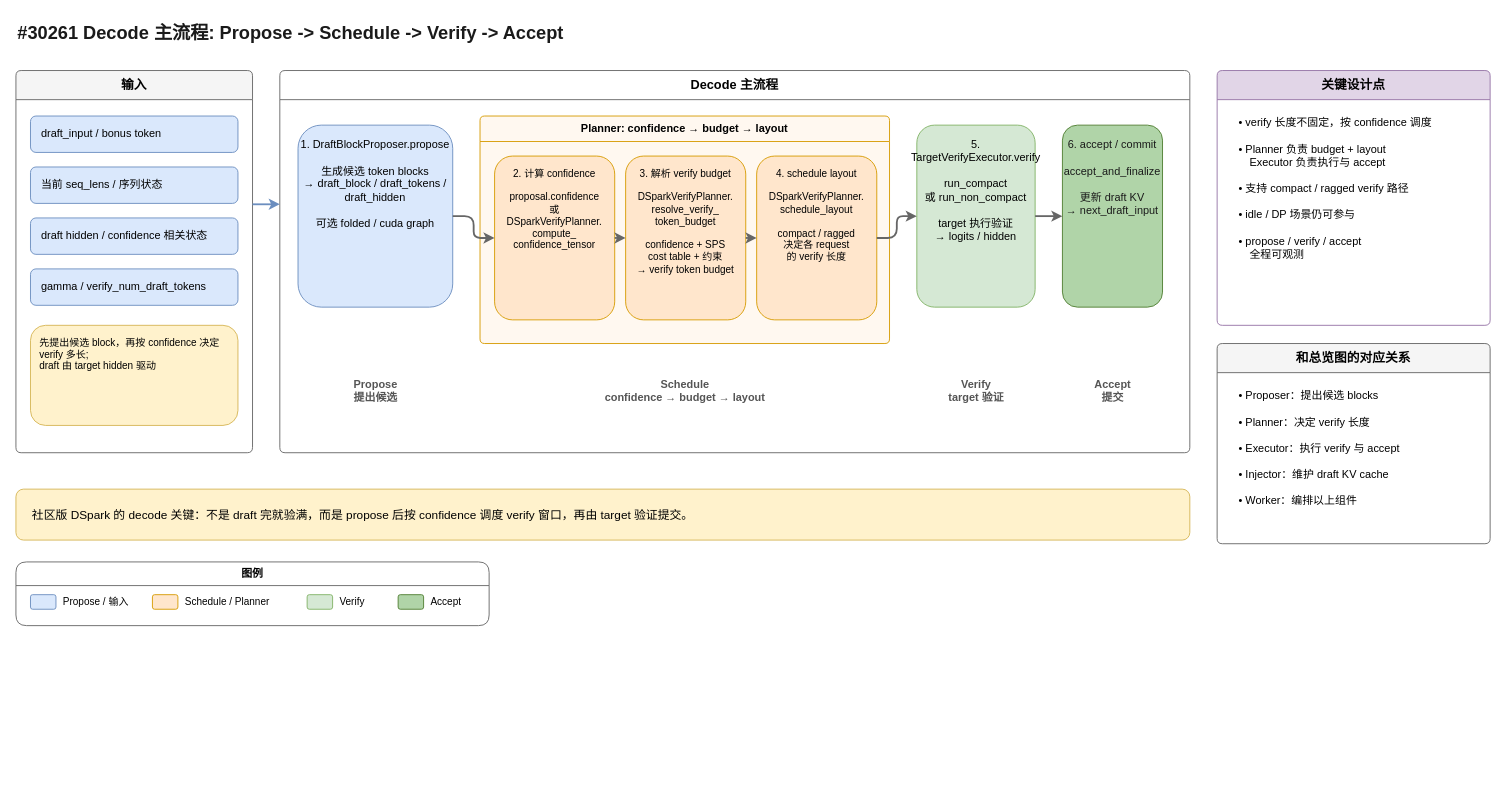
Earlier version of the draw.io diagram artifacts/dspark-decode-main-flow.drawio (learning-sketch/drawio-skill). Source tidied: cells renumbered, new cells numbered last; positions are measured from the earlier drawing's top-left corner, leaving out a move shared by most shapes. Both pictures are drawn from the tidied source at 91%, with x=0, y=0 at pixel (15, 15).
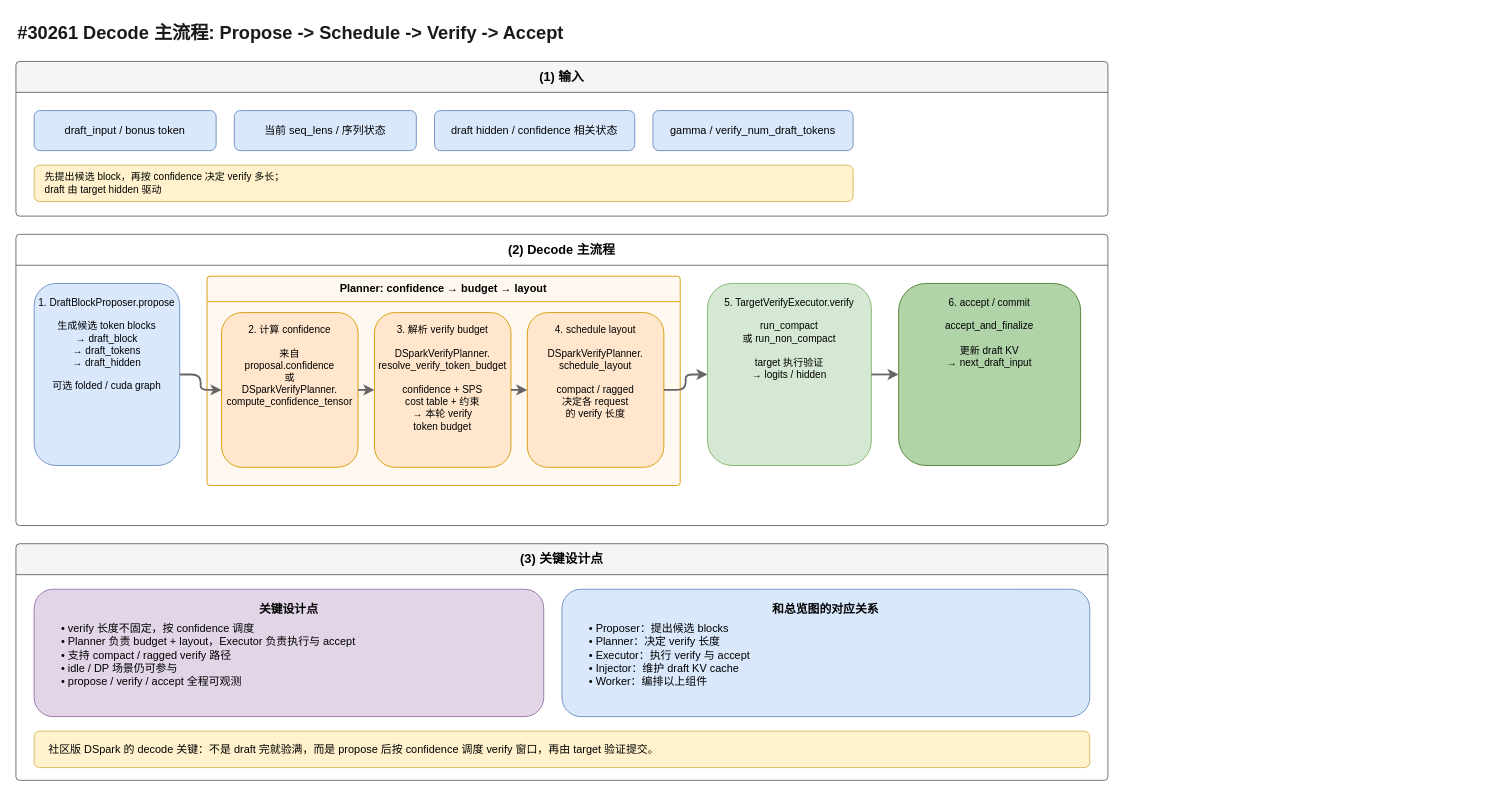
The same diagram, later.

Commit message (it also covers changes not shown here):
fix: match original top-middle-bottom layout for #30261 decode flow

What changed in the source:
```diff
@@
     <mxCell id="2" value="#30261 Decode 主流程: Propose -&gt; Schedule -&gt; Verify -&gt; Accept" style="text;html=1;align=left;verticalAlign=middle;fontSize=20;fontStyle=1;fontColor=#1a1a1a;" parent="1" vertex="1">
-      <mxGeometry width="980" height="36" as="geometry" />
+      <mxGeometry width="1000" height="36" as="geometry" />
     </mxCell>
-    <mxCell id="3" value="输入" style="swimlane;startSize=32;fillColor=#f5f5f5;strokeColor=#666666;fontStyle=1;fontSize=14;rounded=1;arcSize=6;whiteSpace=wrap;html=1;" parent="1" vertex="1">
-      <mxGeometry y="60" width="260" height="420" as="geometry" />
-    </mxCell>
+    <mxCell id="41" value="(1) 输入" style="swimlane;startSize=34;fillColor=#f5f5f5;strokeColor=#666666;fontStyle=1;fontSize=14;rounded=1;arcSize=4;whiteSpace=wrap;html=1;" parent="1" vertex="1">
+      <mxGeometry y="50" width="1200" height="170" as="geometry" />
+    </mxCell>
-    <mxCell id="4" value="draft_input / bonus token" style="rounded=1;whiteSpace=wrap;html=1;fillColor=#dae8fc;strokeColor=#6c8ebf;align=left;spacingLeft=10;fontSize=12;" parent="3" vertex="1">
-      <mxGeometry x="16" y="50" width="228" height="40" as="geometry" />
+    <mxCell id="4" value="draft_input / bonus token" style="rounded=1;whiteSpace=wrap;html=1;fillColor=#dae8fc;strokeColor=#6c8ebf;fontSize=12;" parent="41" vertex="1">
+      <mxGeometry x="20" y="54" width="200" height="44" as="geometry" />
     </mxCell>
-    <mxCell id="5" value="当前 seq_lens / 序列状态" style="rounded=1;whiteSpace=wrap;html=1;fillColor=#dae8fc;strokeColor=#6c8ebf;align=left;spacingLeft=10;fontSize=12;" parent="3" vertex="1">
-      <mxGeometry x="16" y="106" width="228" height="40" as="geometry" />
+    <mxCell id="5" value="当前 seq_lens / 序列状态" style="rounded=1;whiteSpace=wrap;html=1;fillColor=#dae8fc;strokeColor=#6c8ebf;fontSize=12;" parent="41" vertex="1">
+      <mxGeometry x="240" y="54" width="200" height="44" as="geometry" />
     </mxCell>
-    <mxCell id="6" value="draft hidden / confidence 相关状态" style="rounded=1;whiteSpace=wrap;html=1;fillColor=#dae8fc;strokeColor=#6c8ebf;align=left;spacingLeft=10;fontSize=12;" parent="3" vertex="1">
-      <mxGeometry x="16" y="162" width="228" height="40" as="geometry" />
+    <mxCell id="6" value="draft hidden / confidence 相关状态" style="rounded=1;whiteSpace=wrap;html=1;fillColor=#dae8fc;strokeColor=#6c8ebf;fontSize=12;" parent="41" vertex="1">
+      <mxGeometry x="460" y="54" width="220" height="44" as="geometry" />
     </mxCell>
-    <mxCell id="7" value="gamma / verify_num_draft_tokens" style="rounded=1;whiteSpace=wrap;html=1;fillColor=#dae8fc;strokeColor=#6c8ebf;align=left;spacingLeft=10;fontSize=12;" parent="3" vertex="1">
-      <mxGeometry x="16" y="218" width="228" height="40" as="geometry" />
+    <mxCell id="7" value="gamma / verify_num_draft_tokens" style="rounded=1;whiteSpace=wrap;html=1;fillColor=#dae8fc;strokeColor=#6c8ebf;fontSize=12;" parent="41" vertex="1">
+      <mxGeometry x="700" y="54" width="220" height="44" as="geometry" />
     </mxCell>
-    <mxCell id="8" value="先提出候选 block，再按 confidence 决定 verify 多长;&#10;draft 由 target hidden 驱动" style="rounded=1;whiteSpace=wrap;html=1;fillColor=#fff2cc;strokeColor=#d6b656;align=left;spacingLeft=8;spacingRight=8;fontSize=11;verticalAlign=top;spacingTop=6;" parent="3" vertex="1">
-      <mxGeometry x="16" y="280" width="228" height="110" as="geometry" />
+    <mxCell id="8" value="先提出候选 block，再按 confidence 决定 verify 多长；&#10;draft 由 target hidden 驱动" style="rounded=1;whiteSpace=wrap;html=1;fillColor=#fff2cc;strokeColor=#d6b656;align=left;spacingLeft=10;spacingRight=8;fontSize=11;verticalAlign=middle;" parent="41" vertex="1">
+      <mxGeometry x="20" y="114" width="900" height="40" as="geometry" />
     </mxCell>
-    <mxCell id="9" value="Decode 主流程" style="swimlane;startSize=32;fillColor=#ffffff;strokeColor=#666666;fontStyle=1;fontSize=14;rounded=1;arcSize=6;whiteSpace=wrap;html=1;" parent="1" vertex="1">
-      <mxGeometry x="290" y="60" width="1000" height="420" as="geometry" />
-    </mxCell>
+    <mxCell id="42" value="(2) Decode 主流程" style="swimlane;startSize=34;fillColor=#ffffff;strokeColor=#666666;fontStyle=1;fontSize=14;rounded=1;arcSize=4;whiteSpace=wrap;html=1;" parent="1" vertex="1">
+      <mxGeometry y="240" width="1200" height="320" as="geometry" />
+    </mxCell>
-    <mxCell id="10" value="1. DraftBlockProposer.propose&#10;&#10;生成候选 token blocks&#10;→ draft_block / draft_tokens / draft_hidden&#10;&#10;可选 folded / cuda graph" style="rounded=1;whiteSpace=wrap;html=1;fillColor=#dae8fc;strokeColor=#6c8ebf;align=center;verticalAlign=top;spacingTop=8;fontSize=12;fontStyle=0;" parent="9" vertex="1">
-      <mxGeometry x="20" y="60" width="170" height="200" as="geometry" />
+    <mxCell id="10" value="1. DraftBlockProposer.propose&#10;&#10;生成候选 token blocks&#10;→ draft_block&#10;→ draft_tokens&#10;→ draft_hidden&#10;&#10;可选 folded / cuda graph" style="rounded=1;whiteSpace=wrap;html=1;fillColor=#dae8fc;strokeColor=#6c8ebf;align=center;verticalAlign=top;spacingTop=8;fontSize=11;" parent="42" vertex="1">
+      <mxGeometry x="20" y="54" width="160" height="200" as="geometry" />
     </mxCell>
-    <mxCell id="11" value="Planner: confidence → budget → layout" style="swimlane;startSize=28;fillColor=#fff8f0;strokeColor=#d79b00;fontStyle=1;fontSize=12;rounded=1;arcSize=6;whiteSpace=wrap;html=1;swimlaneFillColor=#fff8f0;" parent="9" vertex="1">
-      <mxGeometry x="220" y="50" width="450" height="250" as="geometry" />
+    <mxCell id="11" value="Planner: confidence → budget → layout" style="swimlane;startSize=28;fillColor=#fff8f0;strokeColor=#d79b00;fontStyle=1;fontSize=12;rounded=1;arcSize=4;whiteSpace=wrap;html=1;swimlaneFillColor=#fff8f0;" parent="42" vertex="1">
+      <mxGeometry x="210" y="46" width="520" height="230" as="geometry" />
     </mxCell>
-    <mxCell id="12" value="2. 计算 confidence&#10;&#10;proposal.confidence&#10;或&#10;DSparkVerifyPlanner.&#10;compute_&#10;confidence_tensor" style="rounded=1;whiteSpace=wrap;html=1;fillColor=#ffe6cc;strokeColor=#d79b00;align=center;verticalAlign=top;spacingTop=6;fontSize=11;" parent="11" vertex="1">
-      <mxGeometry x="16" y="44" width="132" height="180" as="geometry" />
+    <mxCell id="12" value="2. 计算 confidence&#10;&#10;来自&#10;proposal.confidence&#10;或&#10;DSparkVerifyPlanner.&#10;compute_confidence_tensor" style="rounded=1;whiteSpace=wrap;html=1;fillColor=#ffe6cc;strokeColor=#d79b00;align=center;verticalAlign=top;spacingTop=6;fontSize=11;" parent="11" vertex="1">
+      <mxGeometry x="16" y="40" width="150" height="170" as="geometry" />
     </mxCell>
-    <mxCell id="13" value="3. 解析 verify budget&#10;&#10;DSparkVerifyPlanner.&#10;resolve_verify_&#10;token_budget&#10;&#10;confidence + SPS&#10;cost table + 约束&#10;→ verify token budget" style="rounded=1;whiteSpace=wrap;html=1;fillColor=#ffe6cc;strokeColor=#d79b00;align=center;verticalAlign=top;spacingTop=6;fontSize=11;" parent="11" vertex="1">
-      <mxGeometry x="160" y="44" width="132" height="180" as="geometry" />
+    <mxCell id="13" value="3. 解析 verify budget&#10;&#10;DSparkVerifyPlanner.&#10;resolve_verify_token_budget&#10;&#10;confidence + SPS&#10;cost table + 约束&#10;→ 本轮 verify&#10;token budget" style="rounded=1;whiteSpace=wrap;html=1;fillColor=#ffe6cc;strokeColor=#d79b00;align=center;verticalAlign=top;spacingTop=6;fontSize=11;" parent="11" vertex="1">
+      <mxGeometry x="184" y="40" width="150" height="170" as="geometry" />
     </mxCell>
     <mxCell id="14" value="4. schedule layout&#10;&#10;DSparkVerifyPlanner.&#10;schedule_layout&#10;&#10;compact / ragged&#10;决定各 request&#10;的 verify 长度" style="rounded=1;whiteSpace=wrap;html=1;fillColor=#ffe6cc;strokeColor=#d79b00;align=center;verticalAlign=top;spacingTop=6;fontSize=11;" parent="11" vertex="1">
-      <mxGeometry x="304" y="44" width="132" height="180" as="geometry" />
+      <mxGeometry x="352" y="40" width="150" height="170" as="geometry" />
     </mxCell>
-    <mxCell id="15" value="5. TargetVerifyExecutor.verify&#10;&#10;run_compact&#10;或 run_non_compact&#10;&#10;target 执行验证&#10;→ logits / hidden" style="rounded=1;whiteSpace=wrap;html=1;fillColor=#d5e8d4;strokeColor=#82b366;align=center;verticalAlign=top;spacingTop=8;fontSize=12;" parent="9" vertex="1">
-      <mxGeometry x="700" y="60" width="130" height="200" as="geometry" />
+    <mxCell id="15" value="5. TargetVerifyExecutor.verify&#10;&#10;run_compact&#10;或 run_non_compact&#10;&#10;target 执行验证&#10;→ logits / hidden" style="rounded=1;whiteSpace=wrap;html=1;fillColor=#d5e8d4;strokeColor=#82b366;align=center;verticalAlign=top;spacingTop=8;fontSize=11;" parent="42" vertex="1">
+      <mxGeometry x="760" y="54" width="180" height="200" as="geometry" />
     </mxCell>
-    <mxCell id="16" value="6. accept / commit&#10;&#10;accept_and_finalize&#10;&#10;更新 draft KV&#10;→ next_draft_input" style="rounded=1;whiteSpace=wrap;html=1;fillColor=#b0d4a8;strokeColor=#507e32;align=center;verticalAlign=top;spacingTop=8;fontSize=12;fontColor=#1a1a1a;" parent="9" vertex="1">
-      <mxGeometry x="860" y="60" width="110" height="200" as="geometry" />
+    <mxCell id="16" value="6. accept / commit&#10;&#10;accept_and_finalize&#10;&#10;更新 draft KV&#10;→ next_draft_input" style="rounded=1;whiteSpace=wrap;html=1;fillColor=#b0d4a8;strokeColor=#507e32;align=center;verticalAlign=top;spacingTop=8;fontSize=11;" parent="42" vertex="1">
+      <mxGeometry x="970" y="54" width="200" height="200" as="geometry" />
     </mxCell>
-    <mxCell id="17" style="edgeStyle=orthogonalEdgeStyle;rounded=1;jettySize=auto;html=1;strokeColor=#666666;strokeWidth=2;exitX=1;exitY=0.5;exitDx=0;exitDy=0;entryX=0;entryY=0.5;entryDx=0;entryDy=0;" parent="9" edge="1" source="10" target="12">
+    <mxCell id="17" style="edgeStyle=orthogonalEdgeStyle;rounded=1;jettySize=auto;html=1;strokeColor=#666666;strokeWidth=2;exitX=1;exitY=0.5;exitDx=0;exitDy=0;entryX=0;entryY=0.5;entryDx=0;entryDy=0;" parent="42" edge="1" source="10" target="12">
       <mxGeometry relative="1" as="geometry" />
     </mxCell>
@@
-    <mxCell id="20" style="edgeStyle=orthogonalEdgeStyle;rounded=1;jettySize=auto;html=1;strokeColor=#666666;strokeWidth=2;exitX=1;exitY=0.5;exitDx=0;exitDy=0;entryX=0;entryY=0.5;entryDx=0;entryDy=0;" parent="9" edge="1" source="14" target="15">
+    <mxCell id="20" style="edgeStyle=orthogonalEdgeStyle;rounded=1;jettySize=auto;html=1;strokeColor=#666666;strokeWidth=2;exitX=1;exitY=0.5;exitDx=0;exitDy=0;entryX=0;entryY=0.5;entryDx=0;entryDy=0;" parent="42" edge="1" source="14" target="15">
       <mxGeometry relative="1" as="geometry" />
     </mxCell>
-    <mxCell id="21" style="edgeStyle=orthogonalEdgeStyle;rounded=1;jettySize=auto;html=1;strokeColor=#666666;strokeWidth=2;exitX=1;exitY=0.5;exitDx=0;exitDy=0;entryX=0;entryY=0.5;entryDx=0;entryDy=0;" parent="9" edge="1" source="15" target="16">
+    <mxCell id="21" style="edgeStyle=orthogonalEdgeStyle;rounded=1;jettySize=auto;html=1;strokeColor=#666666;strokeWidth=2;exitX=1;exitY=0.5;exitDx=0;exitDy=0;entryX=0;entryY=0.5;entryDx=0;entryDy=0;" parent="42" edge="1" source="15" target="16">
       <mxGeometry relative="1" as="geometry" />
     </mxCell>
-    <mxCell id="22" value="Propose&#10;提出候选" style="text;html=1;align=center;verticalAlign=middle;fontSize=12;fontStyle=1;fontColor=#555555;" parent="9" vertex="1">
-      <mxGeometry x="20" y="330" width="170" height="44" as="geometry" />
-    </mxCell>
-    <mxCell id="23" value="Schedule&#10;confidence → budget → layout" style="text;html=1;align=center;verticalAlign=middle;fontSize=12;fontStyle=1;fontColor=#555555;" parent="9" vertex="1">
-      <mxGeometry x="220" y="330" width="450" height="44" as="geometry" />
-    </mxCell>
-    <mxCell id="24" value="Verify&#10;target 验证" style="text;html=1;align=center;verticalAlign=middle;fontSize=12;fontStyle=1;fontColor=#555555;" parent="9" vertex="1">
-      <mxGeometry x="700" y="330" width="130" height="44" as="geometry" />
-    </mxCell>
-    <mxCell id="25" value="Accept&#10;提交" style="text;html=1;align=center;verticalAlign=middle;fontSize=12;fontStyle=1;fontColor=#555555;" parent="9" vertex="1">
-      <mxGeometry x="860" y="330" width="110" height="44" as="geometry" />
-    </mxCell>
-    <mxCell id="26" style="edgeStyle=orthogonalEdgeStyle;rounded=1;jettySize=auto;html=1;strokeColor=#6c8ebf;strokeWidth=2;exitX=1;exitY=0.35;exitDx=0;exitDy=0;entryX=0;entryY=0.35;entryDx=0;entryDy=0;" parent="1" edge="1" source="3" target="9">
-      <mxGeometry relative="1" as="geometry" />
-    </mxCell>
+    <mxCell id="43" value="(3) 关键设计点" style="swimlane;startSize=34;fillColor=#f5f5f5;strokeColor=#666666;fontStyle=1;fontSize=14;rounded=1;arcSize=4;whiteSpace=wrap;html=1;" parent="1" vertex="1">
+      <mxGeometry y="580" width="1200" height="260" as="geometry" />
+    </mxCell>
-    <mxCell id="27" value="关键设计点" style="swimlane;startSize=32;fillColor=#e1d5e7;strokeColor=#9673a6;fontStyle=1;fontSize=14;rounded=1;arcSize=6;whiteSpace=wrap;html=1;" parent="1" vertex="1">
-      <mxGeometry x="1320" y="60" width="300" height="280" as="geometry" />
+    <mxCell id="27" value="关键设计点" style="rounded=1;whiteSpace=wrap;html=1;fillColor=#e1d5e7;strokeColor=#9673a6;fontStyle=1;fontSize=13;align=center;verticalAlign=top;spacingTop=8;" parent="43" vertex="1">
+      <mxGeometry x="20" y="50" width="560" height="140" as="geometry" />
     </mxCell>
-    <mxCell id="28" value="• verify 长度不固定，按 confidence 调度&#10;&#10;• Planner 负责 budget + layout&#10;　Executor 负责执行与 accept&#10;&#10;• 支持 compact / ragged verify 路径&#10;&#10;• idle / DP 场景仍可参与&#10;&#10;• propose / verify / accept&#10;　全程可观测" style="text;html=1;align=left;verticalAlign=top;spacingLeft=12;spacingTop=4;fontSize=12;whiteSpace=wrap;" parent="27" vertex="1">
-      <mxGeometry x="10" y="40" width="280" height="220" as="geometry" />
+    <mxCell id="28" value="• verify 长度不固定，按 confidence 调度&#10;• Planner 负责 budget + layout，Executor 负责执行与 accept&#10;• 支持 compact / ragged verify 路径&#10;• idle / DP 场景仍可参与&#10;• propose / verify / accept 全程可观测" style="text;html=1;align=left;verticalAlign=top;spacingLeft=12;fontSize=12;whiteSpace=wrap;" parent="43" vertex="1">
+      <mxGeometry x="36" y="80" width="528" height="100" as="geometry" />
     </mxCell>
-    <mxCell id="29" value="和总览图的对应关系" style="swimlane;startSize=32;fillColor=#f5f5f5;strokeColor=#666666;fontStyle=1;fontSize=14;rounded=1;arcSize=6;whiteSpace=wrap;html=1;" parent="1" vertex="1">
-      <mxGeometry x="1320" y="360" width="300" height="220" as="geometry" />
+    <mxCell id="29" value="和总览图的对应关系" style="rounded=1;whiteSpace=wrap;html=1;fillColor=#dae8fc;strokeColor=#6c8ebf;fontStyle=1;fontSize=13;align=center;verticalAlign=top;spacingTop=8;" parent="43" vertex="1">
+      <mxGeometry x="600" y="50" width="580" height="140" as="geometry" />
     </mxCell>
-    <mxCell id="30" value="• Proposer：提出候选 blocks&#10;&#10;• Planner：决定 verify 长度&#10;&#10;• Executor：执行 verify 与 accept&#10;&#10;• Injector：维护 draft KV cache&#10;&#10;• Worker：编排以上组件" style="text;html=1;align=left;verticalAlign=top;spacingLeft=12;spacingTop=4;fontSize=12;whiteSpace=wrap;" parent="29" vertex="1">
-      <mxGeometry x="10" y="40" width="280" height="160" as="geometry" />
+    <mxCell id="30" value="• Proposer：提出候选 blocks&#10;• Planner：决定 verify 长度&#10;• Executor：执行 verify 与 accept&#10;• Injector：维护 draft KV cache&#10;• Worker：编排以上组件" style="text;html=1;align=left;verticalAlign=top;spacingLeft=12;fontSize=12;whiteSpace=wrap;" parent="43" vertex="1">
+      <mxGeometry x="616" y="80" width="548" height="100" as="geometry" />
     </mxCell>
-    <mxCell id="31" value="社区版 DSpark 的 decode 关键：不是 draft 完就验满，而是 propose 后按 confidence 调度 verify 窗口，再由 target 验证提交。" style="rounded=1;whiteSpace=wrap;html=1;fillColor=#fff2cc;strokeColor=#d6b656;align=left;spacingLeft=16;spacingRight=16;fontSize=13;fontStyle=0;verticalAlign=middle;" parent="1" vertex="1">
-      <mxGeometry y="520" width="1290" height="56" as="geometry" />
+    <mxCell id="31" value="社区版 DSpark 的 decode 关键：不是 draft 完就验满，而是 propose 后按 confidence 调度 verify 窗口，再由 target 验证提交。" style="rounded=1;whiteSpace=wrap;html=1;fillColor=#fff2cc;strokeColor=#d6b656;align=left;spacingLeft=14;spacingRight=12;fontSize=12;verticalAlign=middle;" parent="43" vertex="1">
+      <mxGeometry x="20" y="206" width="1160" height="40" as="geometry" />
     </mxCell>
-    <mxCell id="32" value="图例" style="swimlane;startSize=26;fillColor=#ffffff;strokeColor=#666666;fontStyle=1;fontSize=12;rounded=1;whiteSpace=wrap;html=1;" parent="1" vertex="1">
-      <mxGeometry y="600" width="520" height="70" as="geometry" />
-    </mxCell>
-    <mxCell id="33" style="rounded=1;html=1;fillColor=#dae8fc;strokeColor=#6c8ebf;" parent="32" vertex="1">
-      <mxGeometry x="16" y="36" width="28" height="16" as="geometry" />
-    </mxCell>
-    <mxCell id="34" value="Propose / 输入" style="text;html=1;align=left;verticalAlign=middle;fontSize=11;" parent="32" vertex="1">
-      <mxGeometry x="50" y="34" width="90" height="20" as="geometry" />
-    </mxCell>
-    <mxCell id="35" style="rounded=1;html=1;fillColor=#ffe6cc;strokeColor=#d79b00;" parent="32" vertex="1">
-      <mxGeometry x="150" y="36" width="28" height="16" as="geometry" />
-    </mxCell>
-    <mxCell id="36" value="Schedule / Planner" style="text;html=1;align=left;verticalAlign=middle;fontSize=11;" parent="32" vertex="1">
-      <mxGeometry x="184" y="34" width="120" height="20" as="geometry" />
-    </mxCell>
-    <mxCell id="37" style="rounded=1;html=1;fillColor=#d5e8d4;strokeColor=#82b366;" parent="32" vertex="1">
-      <mxGeometry x="320" y="36" width="28" height="16" as="geometry" />
-    </mxCell>
-    <mxCell id="38" value="Verify" style="text;html=1;align=left;verticalAlign=middle;fontSize=11;" parent="32" vertex="1">
-      <mxGeometry x="354" y="34" width="50" height="20" as="geometry" />
-    </mxCell>
-    <mxCell id="39" style="rounded=1;html=1;fillColor=#b0d4a8;strokeColor=#507e32;" parent="32" vertex="1">
-      <mxGeometry x="420" y="36" width="28" height="16" as="geometry" />
-    </mxCell>
-    <mxCell id="40" value="Accept" style="text;html=1;align=left;verticalAlign=middle;fontSize=11;" parent="32" vertex="1">
-      <mxGeometry x="454" y="34" width="50" height="20" as="geometry" />
-    </mxCell>
```
